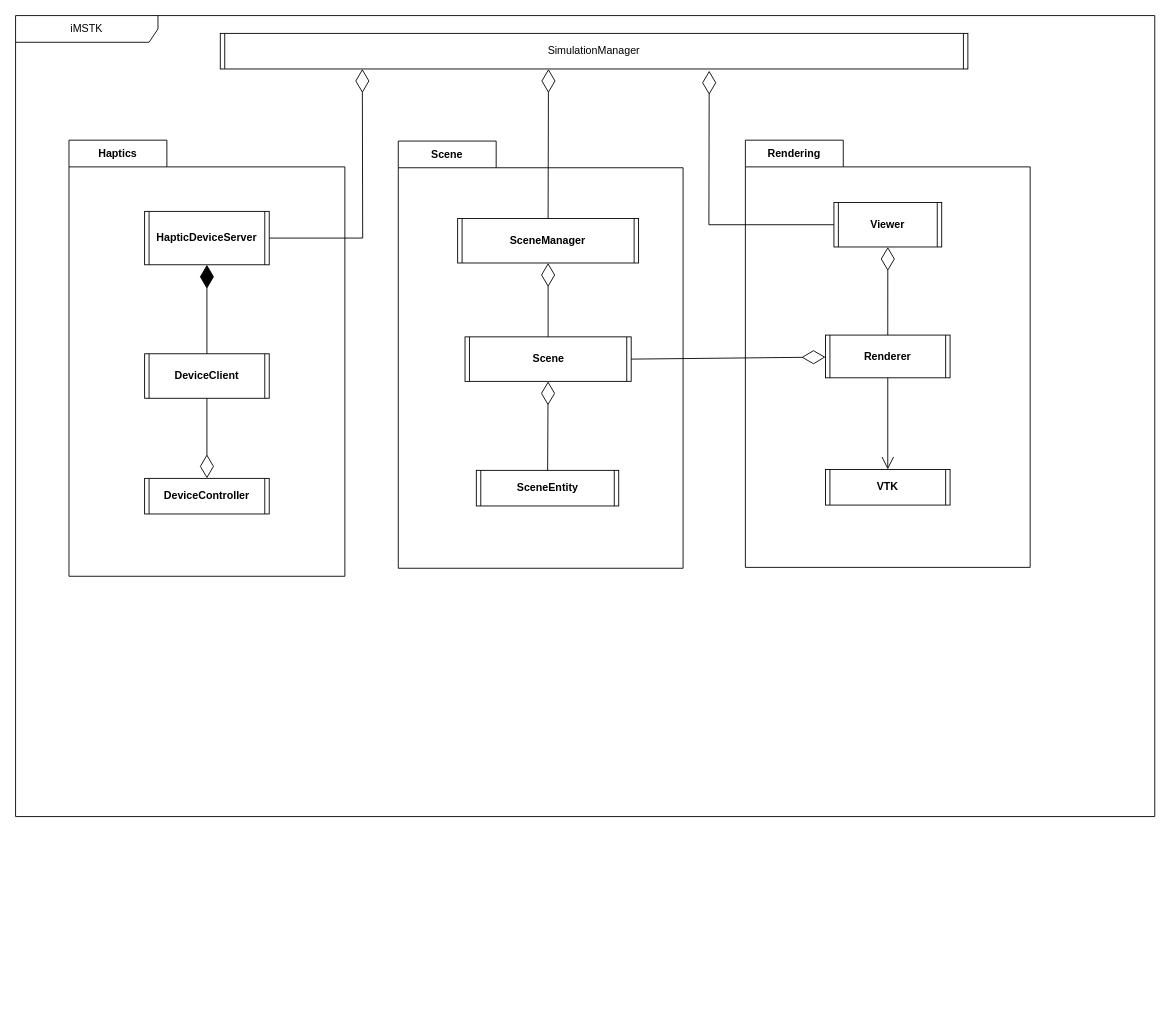
Before: CAS/Drawio/Simulation-Manager.drawio in robotics-intelligent-systems/jfxrss, a draw.io diagram. Source tidied: cells renumbered, new cells numbered last; positions are measured from the earlier drawing's top-left corner, leaving out a move shared by most shapes. Both pictures are drawn from the tidied source at 89%, with x=0, y=0 at pixel (15, 15).
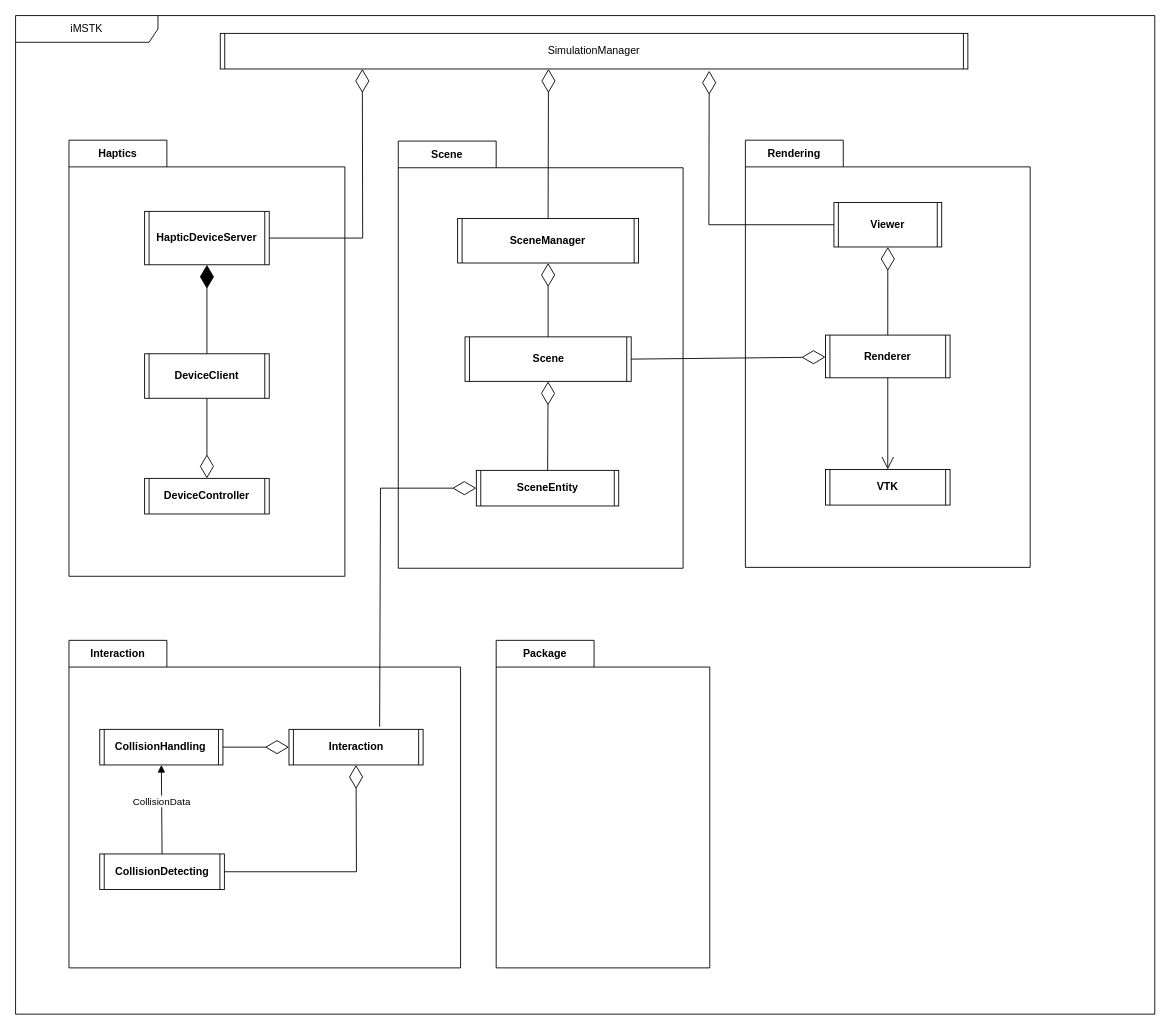
The same page after the edit.

Commit message:
[fix] Adding interaction package

Unchanged cells that the change refers to:
```xml
<mxCell id="12" value="SceneEntity" style="shape=process2;fixedSize=1;size=5;fontStyle=1;html=1;whiteSpace=wrap;" parent="9" vertex="1">
  <mxGeometry x="87.7" y="370" width="160" height="40" as="geometry" />
</mxCell>
```

What changed in the source:
```diff
@@
     <mxCell id="2" value="iMSTK" style="shape=umlFrame;whiteSpace=wrap;html=1;width=160;" parent="1" vertex="1">
-      <mxGeometry width="1280" height="900" as="geometry" />
+      <mxGeometry width="1280" height="1122" as="geometry" />
     </mxCell>
@@
+    <mxCell id="26" value="Interaction" style="shape=folder;fontStyle=1;tabWidth=110;tabHeight=30;tabPosition=left;html=1;boundedLbl=1;labelInHeader=1;whiteSpace=wrap;" parent="2" vertex="1">
+      <mxGeometry x="60" y="702" width="440" height="368" as="geometry" />
+    </mxCell>
+    <mxCell id="27" value="Interaction" style="shape=process2;fixedSize=1;size=5;fontStyle=1;html=1;whiteSpace=wrap;" parent="26" vertex="1">
+      <mxGeometry x="247.2" y="100" width="150.7" height="40" as="geometry" />
+    </mxCell>
+    <mxCell id="28" value="CollisionHandling" style="shape=process2;fixedSize=1;size=5;fontStyle=1;html=1;whiteSpace=wrap;" parent="26" vertex="1">
+      <mxGeometry x="34.6" y="100" width="138.4" height="40" as="geometry" />
+    </mxCell>
+    <mxCell id="29" value="CollisionDetecting" style="shape=process2;fixedSize=1;size=5;fontStyle=1;html=1;whiteSpace=wrap;" parent="26" vertex="1">
+      <mxGeometry x="34.6" y="240" width="140" height="40" as="geometry" />
+    </mxCell>
+    <mxCell id="30" value="CollisionData" style="html=1;verticalAlign=bottom;endArrow=block;curved=0;rounded=0;exitX=0.5;exitY=0;exitDx=0;exitDy=0;entryX=0.5;entryY=1;entryDx=0;entryDy=0;" parent="26" edge="1" source="29" target="28">
+      <mxGeometry relative="1" as="geometry" />
+    </mxCell>
+    <mxCell id="31" style="endArrow=diamondThin;endFill=0;endSize=24;html=1;rounded=0;exitX=1;exitY=0.5;exitDx=0;exitDy=0;entryX=0.5;entryY=1;entryDx=0;entryDy=0;" parent="26" edge="1" source="29" target="27">
+      <mxGeometry relative="1" as="geometry">
+        <Array as="points">
+          <mxPoint x="323" y="260" />
+        </Array>
+      </mxGeometry>
+    </mxCell>
+    <mxCell id="32" style="endArrow=diamondThin;endFill=0;endSize=24;html=1;rounded=0;exitX=1;exitY=0.5;exitDx=0;exitDy=0;entryX=0;entryY=0.5;entryDx=0;entryDy=0;" parent="26" edge="1" source="28" target="27">
+      <mxGeometry relative="1" as="geometry" />
+    </mxCell>
+    <mxCell id="33" value="Package" style="shape=folder;fontStyle=1;tabWidth=110;tabHeight=30;tabPosition=left;html=1;boundedLbl=1;labelInHeader=1;whiteSpace=wrap;" parent="2" vertex="1">
+      <mxGeometry x="540" y="702" width="240" height="368" as="geometry" />
+    </mxCell>
+    <mxCell id="34" style="html=1;strokeColor=none;fillColor=none;whiteSpace=wrap;" parent="33" vertex="1">
+      <mxGeometry width="384" height="257.6" relative="1" as="geometry">
+        <mxPoint y="30" as="offset" />
+      </mxGeometry>
+    </mxCell>
+    <mxCell id="35" style="endArrow=diamondThin;endFill=0;endSize=24;html=1;rounded=0;entryX=0;entryY=0.5;entryDx=0;entryDy=0;exitX=0.676;exitY=-0.075;exitDx=0;exitDy=0;exitPerimeter=0;" parent="2" edge="1" source="27" target="12">
+      <mxGeometry relative="1" as="geometry">
+        <Array as="points">
+          <mxPoint x="410" y="531" />
+        </Array>
+      </mxGeometry>
+    </mxCell>
```
